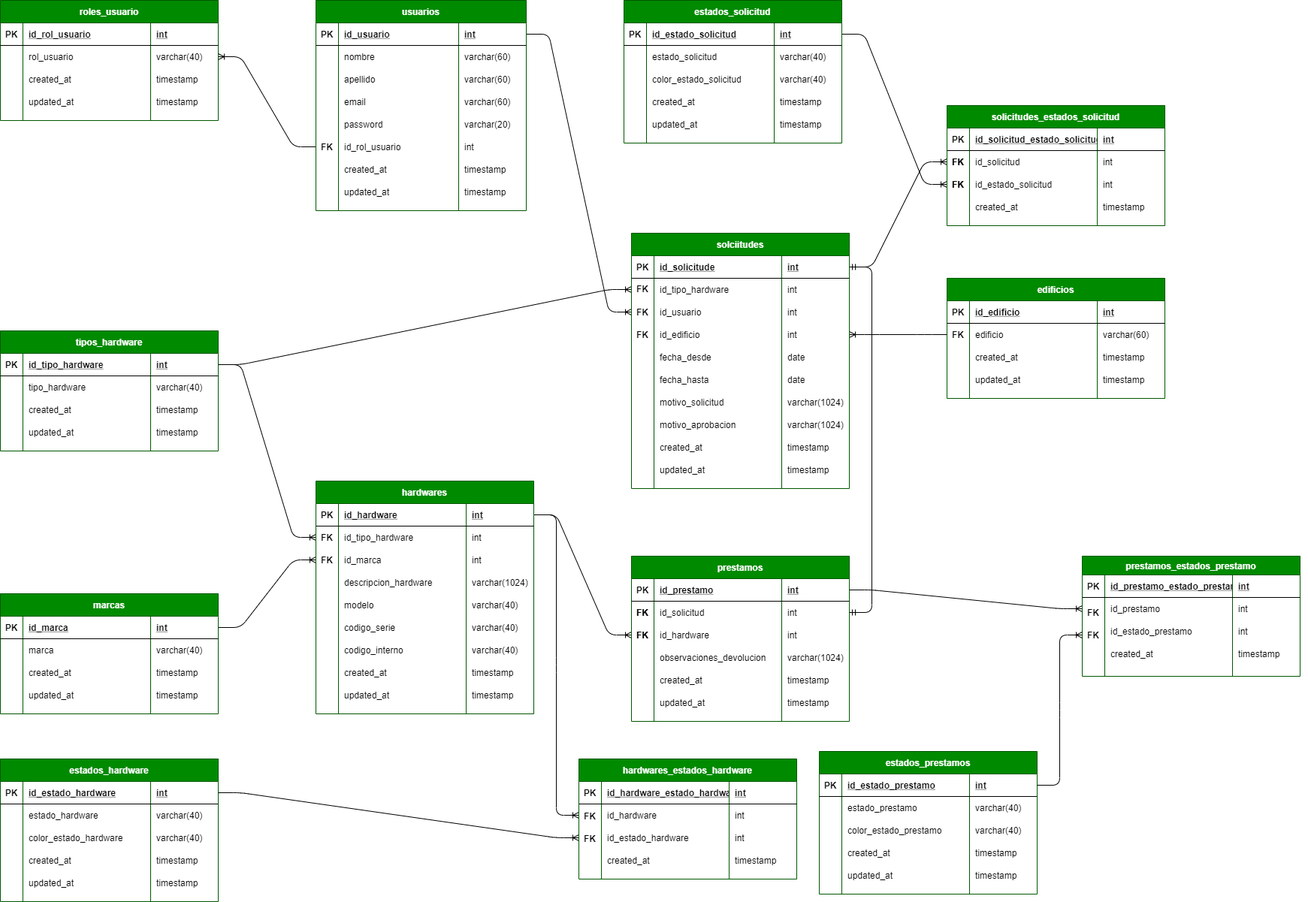
This is database/prestamos.drawio.png from nicolasdelafuente/prestamos, a draw.io export, as it was before one commit. Source tidied: cells renumbered, new cells last; positions are measured from the earlier drawing's top-left corner, leaving out a move shared by most shapes.
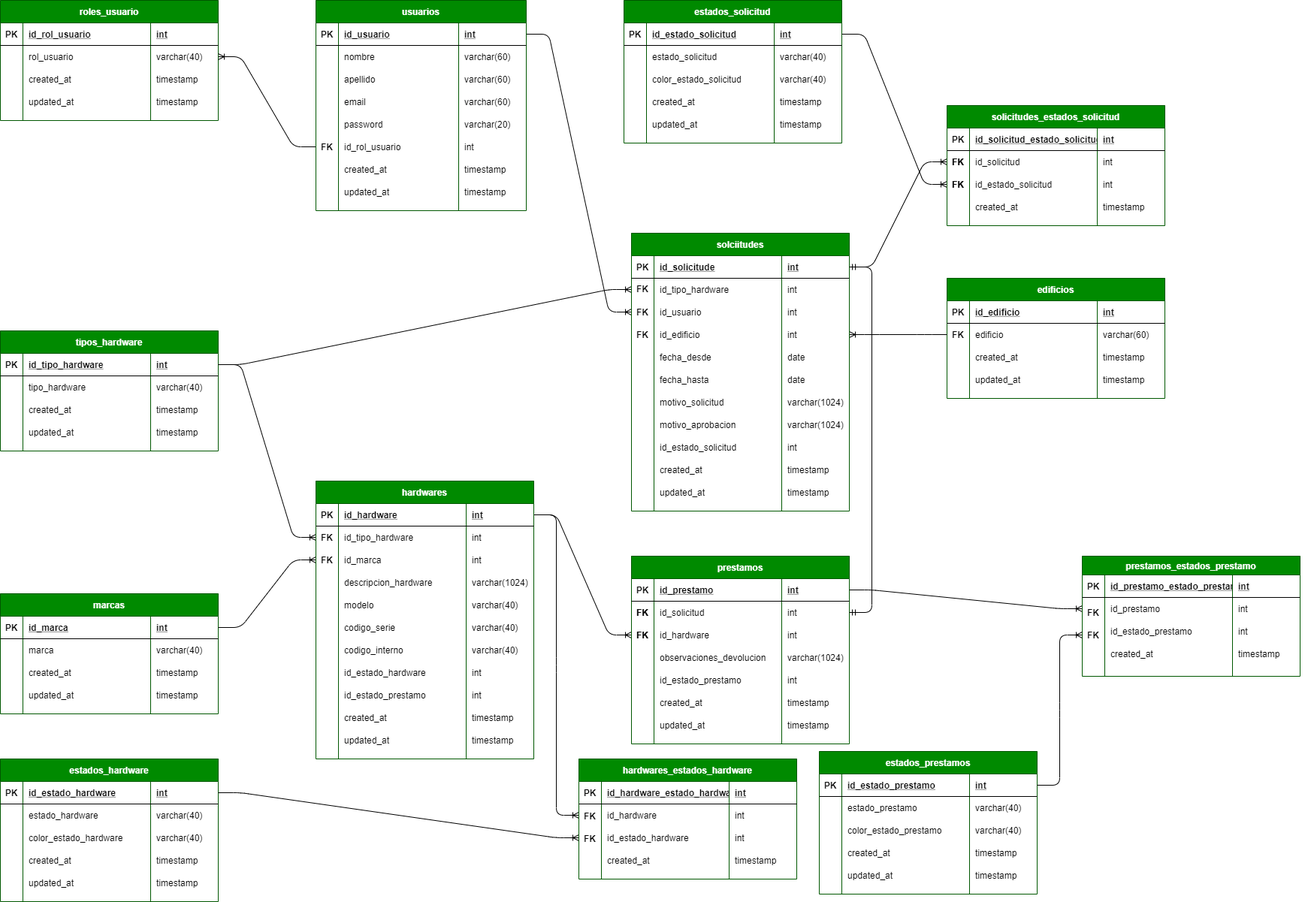
Later version of the same file.

What changed in the source:
```diff
@@ -447,7 +447,7 @@
       <mxGeometry width="290" height="310" as="geometry" />
     </mxCell>
     <mxCell id="150" value="hardwares" style="shape=table;startSize=30;rowLines=0;fontStyle=1;align=center;fillColor=#008a00;strokeColor=#005700;fontColor=#ffffff;rounded=0;shadow=0;" parent="149" vertex="1">
-      <mxGeometry width="290" height="310" as="geometry" />
+      <mxGeometry width="290" height="370" as="geometry" />
     </mxCell>
     <mxCell id="151" style="shape=partialRectangle;fillColor=none;top=0;left=0;bottom=1;right=0;points=[[0,0.5],[1,0.5]];portConstraint=eastwest;" parent="150" vertex="1">
       <mxGeometry y="30" width="290" height="30" as="geometry" />
@@ -533,8 +533,32 @@
     <mxCell id="178" value="varchar(40)" style="shape=partialRectangle;fillColor=none;top=0;left=0;bottom=0;right=0;align=left;spacingLeft=6;overflow=hidden;" parent="175" vertex="1">
       <mxGeometry x="200" width="90" height="30" as="geometry" />
     </mxCell>
+    <mxCell id="369" style="shape=partialRectangle;fillColor=none;top=0;left=0;bottom=0;right=0;" parent="150" vertex="1">
+      <mxGeometry y="240" width="290" height="30" as="geometry" />
+    </mxCell>
+    <mxCell id="370" style="shape=partialRectangle;fillColor=none;top=0;left=0;bottom=0;right=0;overflow=hidden;" parent="369" vertex="1">
+      <mxGeometry width="30" height="30" as="geometry" />
+    </mxCell>
+    <mxCell id="371" value="id_estado_hardware" style="shape=partialRectangle;fillColor=none;top=0;left=0;bottom=0;right=0;align=left;spacingLeft=6;overflow=hidden;" parent="369" vertex="1">
+      <mxGeometry x="30" width="170" height="30" as="geometry" />
+    </mxCell>
+    <mxCell id="372" value="int" style="shape=partialRectangle;fillColor=none;top=0;left=0;bottom=0;right=0;align=left;spacingLeft=6;overflow=hidden;" parent="369" vertex="1">
+      <mxGeometry x="200" width="90" height="30" as="geometry" />
+    </mxCell>
+    <mxCell id="373" style="shape=partialRectangle;fillColor=none;top=0;left=0;bottom=0;right=0;" parent="150" vertex="1">
+      <mxGeometry y="270" width="290" height="30" as="geometry" />
+    </mxCell>
+    <mxCell id="374" style="shape=partialRectangle;fillColor=none;top=0;left=0;bottom=0;right=0;overflow=hidden;" parent="373" vertex="1">
+      <mxGeometry width="30" height="30" as="geometry" />
+    </mxCell>
+    <mxCell id="375" value="id_estado_prestamo" style="shape=partialRectangle;fillColor=none;top=0;left=0;bottom=0;right=0;align=left;spacingLeft=6;overflow=hidden;" parent="373" vertex="1">
+      <mxGeometry x="30" width="170" height="30" as="geometry" />
+    </mxCell>
+    <mxCell id="376" value="int" style="shape=partialRectangle;fillColor=none;top=0;left=0;bottom=0;right=0;align=left;spacingLeft=6;overflow=hidden;" parent="373" vertex="1">
+      <mxGeometry x="200" width="90" height="30" as="geometry" />
+    </mxCell>
     <mxCell id="179" style="shape=partialRectangle;fillColor=none;top=0;left=0;bottom=0;right=0;" parent="150" vertex="1">
-      <mxGeometry y="240" width="290" height="30" as="geometry" />
+      <mxGeometry y="300" width="290" height="30" as="geometry" />
     </mxCell>
     <mxCell id="180" style="shape=partialRectangle;fillColor=none;top=0;left=0;bottom=0;right=0;overflow=hidden;" parent="179" vertex="1">
       <mxGeometry width="30" height="30" as="geometry" />
@@ -546,7 +570,7 @@
       <mxGeometry x="200" width="90" height="30" as="geometry" />
     </mxCell>
     <mxCell id="183" style="shape=partialRectangle;fillColor=none;top=0;left=0;bottom=0;right=0;" parent="150" vertex="1">
-      <mxGeometry y="270" width="290" height="30" as="geometry" />
+      <mxGeometry y="330" width="290" height="30" as="geometry" />
     </mxCell>
     <mxCell id="184" style="shape=partialRectangle;fillColor=none;top=0;left=0;bottom=0;right=0;overflow=hidden;" parent="183" vertex="1">
       <mxGeometry width="30" height="30" as="geometry" />
@@ -570,7 +594,7 @@
       <mxGeometry x="40" y="280" width="290" height="220" as="geometry" />
     </mxCell>
     <mxCell id="191" value="prestamos" style="shape=table;startSize=30;rowLines=0;fontStyle=1;align=center;fillColor=#008a00;strokeColor=#005700;fontColor=#ffffff;rounded=0;shadow=0;" parent="190" vertex="1">
-      <mxGeometry x="30" width="290" height="220" as="geometry" />
+      <mxGeometry x="30" width="290" height="250" as="geometry" />
     </mxCell>
     <mxCell id="192" style="shape=partialRectangle;fillColor=none;top=0;left=0;bottom=1;right=0;points=[[0,0.5],[1,0.5]];portConstraint=eastwest;" parent="191" vertex="1">
       <mxGeometry y="30" width="290" height="30" as="geometry" />
@@ -620,8 +644,20 @@
     <mxCell id="207" value="varchar(1024)" style="shape=partialRectangle;fillColor=none;top=0;left=0;bottom=0;right=0;align=left;spacingLeft=6;overflow=hidden;" parent="204" vertex="1">
       <mxGeometry x="200" width="90" height="30" as="geometry" />
     </mxCell>
+    <mxCell id="377" style="shape=partialRectangle;fillColor=none;top=0;left=0;bottom=0;right=0;" parent="191" vertex="1">
+      <mxGeometry y="150" width="290" height="30" as="geometry" />
+    </mxCell>
+    <mxCell id="378" style="shape=partialRectangle;fillColor=none;top=0;left=0;bottom=0;right=0;overflow=hidden;" parent="377" vertex="1">
+      <mxGeometry width="30" height="30" as="geometry" />
+    </mxCell>
+    <mxCell id="379" value="id_estado_prestamo" style="shape=partialRectangle;fillColor=none;top=0;left=0;bottom=0;right=0;align=left;spacingLeft=6;overflow=hidden;" parent="377" vertex="1">
+      <mxGeometry x="30" width="170" height="30" as="geometry" />
+    </mxCell>
+    <mxCell id="380" value="int" style="shape=partialRectangle;fillColor=none;top=0;left=0;bottom=0;right=0;align=left;spacingLeft=6;overflow=hidden;" parent="377" vertex="1">
+      <mxGeometry x="200" width="90" height="30" as="geometry" />
+    </mxCell>
     <mxCell id="208" style="shape=partialRectangle;fillColor=none;top=0;left=0;bottom=0;right=0;" parent="191" vertex="1">
-      <mxGeometry y="150" width="290" height="30" as="geometry" />
+      <mxGeometry y="180" width="290" height="30" as="geometry" />
     </mxCell>
     <mxCell id="209" style="shape=partialRectangle;fillColor=none;top=0;left=0;bottom=0;right=0;overflow=hidden;" parent="208" vertex="1">
       <mxGeometry width="30" height="30" as="geometry" />
@@ -633,7 +669,7 @@
       <mxGeometry x="200" width="90" height="30" as="geometry" />
     </mxCell>
     <mxCell id="212" style="shape=partialRectangle;fillColor=none;top=0;left=0;bottom=0;right=0;" parent="191" vertex="1">
-      <mxGeometry y="180" width="290" height="30" as="geometry" />
+      <mxGeometry y="210" width="290" height="30" as="geometry" />
     </mxCell>
     <mxCell id="213" style="shape=partialRectangle;fillColor=none;top=0;left=0;bottom=0;right=0;overflow=hidden;" parent="212" vertex="1">
       <mxGeometry width="30" height="30" as="geometry" />
@@ -959,7 +995,7 @@
       <mxGeometry x="840" y="310" width="290" height="340" as="geometry" />
     </mxCell>
     <mxCell id="320" value="solciitudes" style="shape=table;startSize=30;rowLines=0;fontStyle=1;align=center;fillColor=#008a00;strokeColor=#005700;fontColor=#ffffff;rounded=0;shadow=0;" parent="319" vertex="1">
-      <mxGeometry width="290" height="340" as="geometry" />
+      <mxGeometry width="290" height="370" as="geometry" />
     </mxCell>
     <mxCell id="321" style="shape=partialRectangle;fillColor=none;top=0;left=0;bottom=1;right=0;points=[[0,0.5],[1,0.5]];portConstraint=eastwest;" parent="320" vertex="1">
       <mxGeometry y="30" width="290" height="30" as="geometry" />
@@ -1057,8 +1093,20 @@
     <mxCell id="352" value="varchar(1024)" style="shape=partialRectangle;fillColor=none;top=0;left=0;bottom=0;right=0;align=left;spacingLeft=6;overflow=hidden;" parent="349" vertex="1">
       <mxGeometry x="200" width="90" height="30" as="geometry" />
     </mxCell>
+    <mxCell id="381" style="shape=partialRectangle;fillColor=none;top=0;left=0;bottom=0;right=0;" parent="320" vertex="1">
+      <mxGeometry y="270" width="290" height="30" as="geometry" />
+    </mxCell>
+    <mxCell id="382" style="shape=partialRectangle;fillColor=none;top=0;left=0;bottom=0;right=0;overflow=hidden;" parent="381" vertex="1">
+      <mxGeometry width="30" height="30" as="geometry" />
+    </mxCell>
+    <mxCell id="383" value="id_estado_solicitud" style="shape=partialRectangle;fillColor=none;top=0;left=0;bottom=0;right=0;align=left;spacingLeft=6;overflow=hidden;" parent="381" vertex="1">
+      <mxGeometry x="30" width="170" height="30" as="geometry" />
+    </mxCell>
+    <mxCell id="384" value="int" style="shape=partialRectangle;fillColor=none;top=0;left=0;bottom=0;right=0;align=left;spacingLeft=6;overflow=hidden;" parent="381" vertex="1">
+      <mxGeometry x="200" width="90" height="30" as="geometry" />
+    </mxCell>
     <mxCell id="353" style="shape=partialRectangle;fillColor=none;top=0;left=0;bottom=0;right=0;" parent="320" vertex="1">
-      <mxGeometry y="270" width="290" height="30" as="geometry" />
+      <mxGeometry y="300" width="290" height="30" as="geometry" />
     </mxCell>
     <mxCell id="354" style="shape=partialRectangle;fillColor=none;top=0;left=0;bottom=0;right=0;overflow=hidden;" parent="353" vertex="1">
       <mxGeometry width="30" height="30" as="geometry" />
@@ -1070,7 +1118,7 @@
       <mxGeometry x="200" width="90" height="30" as="geometry" />
     </mxCell>
     <mxCell id="357" style="shape=partialRectangle;fillColor=none;top=0;left=0;bottom=0;right=0;" parent="320" vertex="1">
-      <mxGeometry y="300" width="290" height="30" as="geometry" />
+      <mxGeometry y="330" width="290" height="30" as="geometry" />
     </mxCell>
     <mxCell id="358" style="shape=partialRectangle;fillColor=none;top=0;left=0;bottom=0;right=0;overflow=hidden;" parent="357" vertex="1">
       <mxGeometry width="30" height="30" as="geometry" />
```
